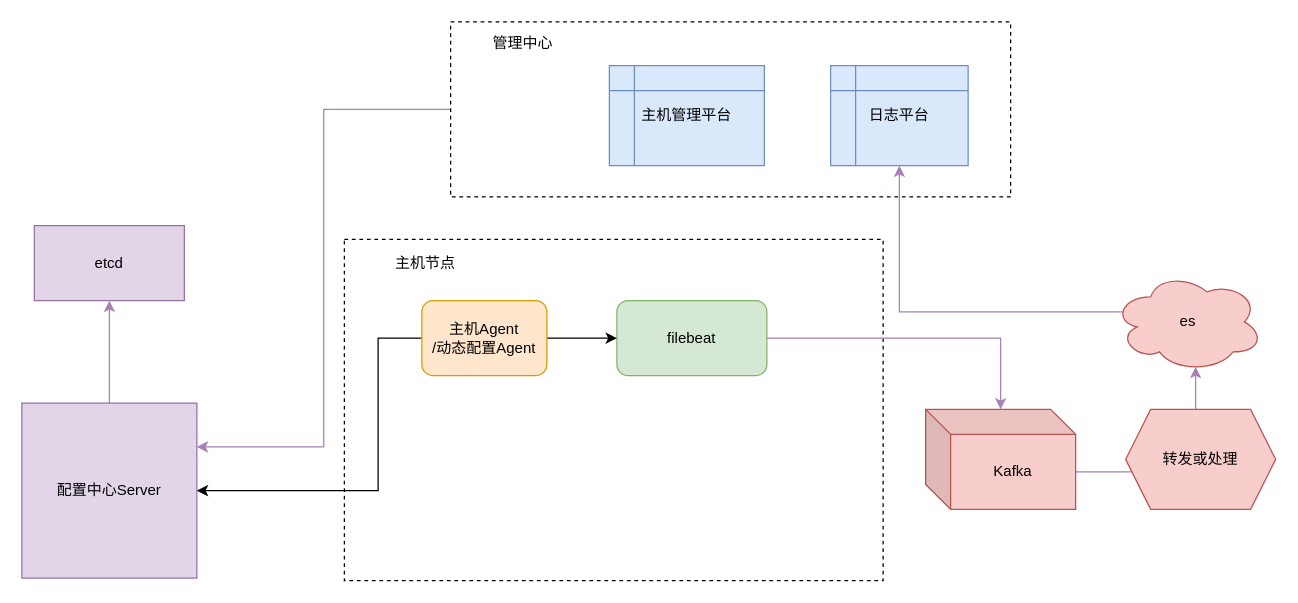
The draw.io diagram 主机日志.drawio in ethfoo/drawio, before the edit. Source tidied: cells renumbered, new cells numbered last; positions are measured from the earlier drawing's top-left corner, leaving out a move shared by most shapes. Both pictures are drawn from the tidied source at 125%, with x=0, y=0 at pixel (21, 21).
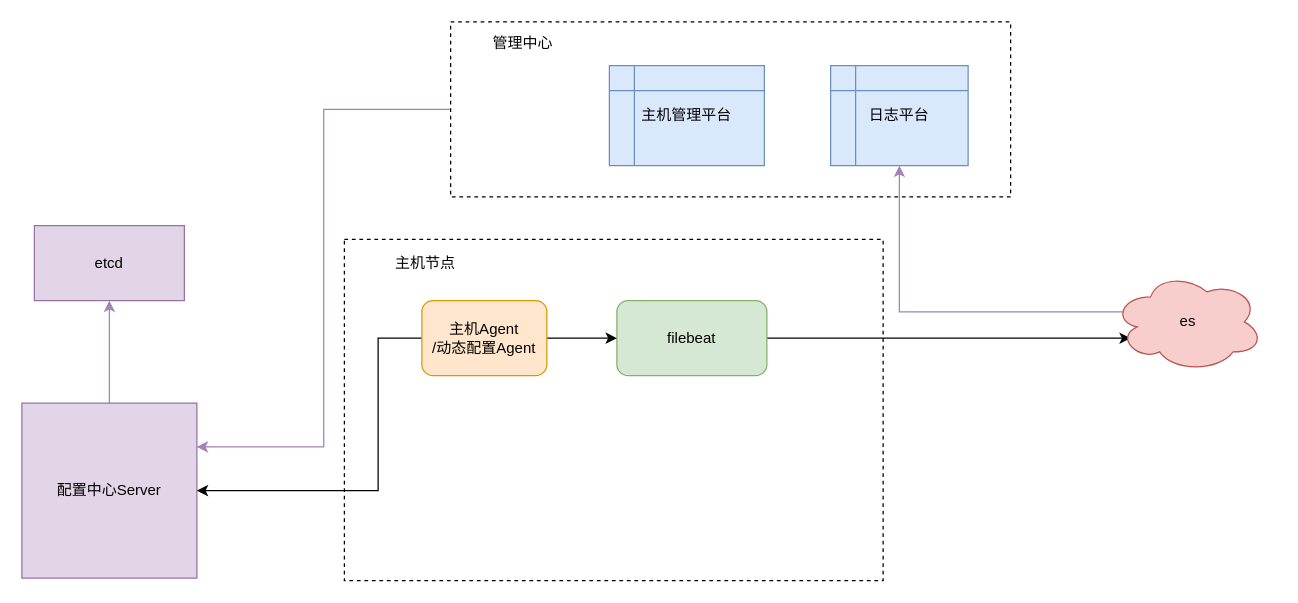
The same page after the edit.

Unchanged cells that the change refers to:
```xml
<mxCell id="8" value="filebeat" style="rounded=1;whiteSpace=wrap;html=1;fillColor=#d5e8d4;strokeColor=#82b366;" parent="1" vertex="1">
  <mxGeometry x="476" y="223" width="120" height="60" as="geometry" />
</mxCell>
<mxCell id="12" value="es" style="ellipse;shape=cloud;whiteSpace=wrap;html=1;strokeColor=#b85450;fillColor=#f8cecc;" parent="1" vertex="1">
  <mxGeometry x="873" y="200" width="120" height="80" as="geometry" />
</mxCell>
```

What changed in the source:
```diff
@@
-    <mxCell id="7" style="edgeStyle=orthogonalEdgeStyle;rounded=0;jettySize=auto;html=1;exitX=1;exitY=0.5;exitDx=0;exitDy=0;strokeColor=#A680B8;" parent="1" edge="1" source="8" target="19">
-      <mxGeometry relative="1" as="geometry" />
-    </mxCell>
+    <mxCell id="22" style="edgeStyle=orthogonalEdgeStyle;rounded=0;jettySize=auto;html=1;exitX=1;exitY=0.5;exitDx=0;exitDy=0;entryX=0.117;entryY=0.663;entryDx=0;entryDy=0;entryPerimeter=0;" parent="1" edge="1" source="8" target="12">
+      <mxGeometry relative="1" as="geometry" />
+    </mxCell>
@@
-    <mxCell id="18" style="edgeStyle=orthogonalEdgeStyle;rounded=0;jettySize=auto;html=1;exitX=0;exitY=0;exitDx=120;exitDy=50;exitPerimeter=0;entryX=0.55;entryY=0.95;entryDx=0;entryDy=0;entryPerimeter=0;strokeColor=#A680B8;" parent="1" edge="1" source="19" target="12">
-      <mxGeometry relative="1" as="geometry" />
-    </mxCell>
-    <mxCell id="19" value="Kafka" style="shape=cube;whiteSpace=wrap;html=1;boundedLbl=1;backgroundOutline=1;darkOpacity=0.05;darkOpacity2=0.1;strokeColor=#b85450;fillColor=#f8cecc;" parent="1" vertex="1">
-      <mxGeometry x="723" y="310" width="120" height="80" as="geometry" />
-    </mxCell>
-    <mxCell id="20" value="转发或处理" style="shape=hexagon;perimeter=hexagonPerimeter2;whiteSpace=wrap;html=1;fixedSize=1;strokeColor=#b85450;fillColor=#f8cecc;" parent="1" vertex="1">
-      <mxGeometry x="883" y="310" width="120" height="80" as="geometry" />
-    </mxCell>
```
